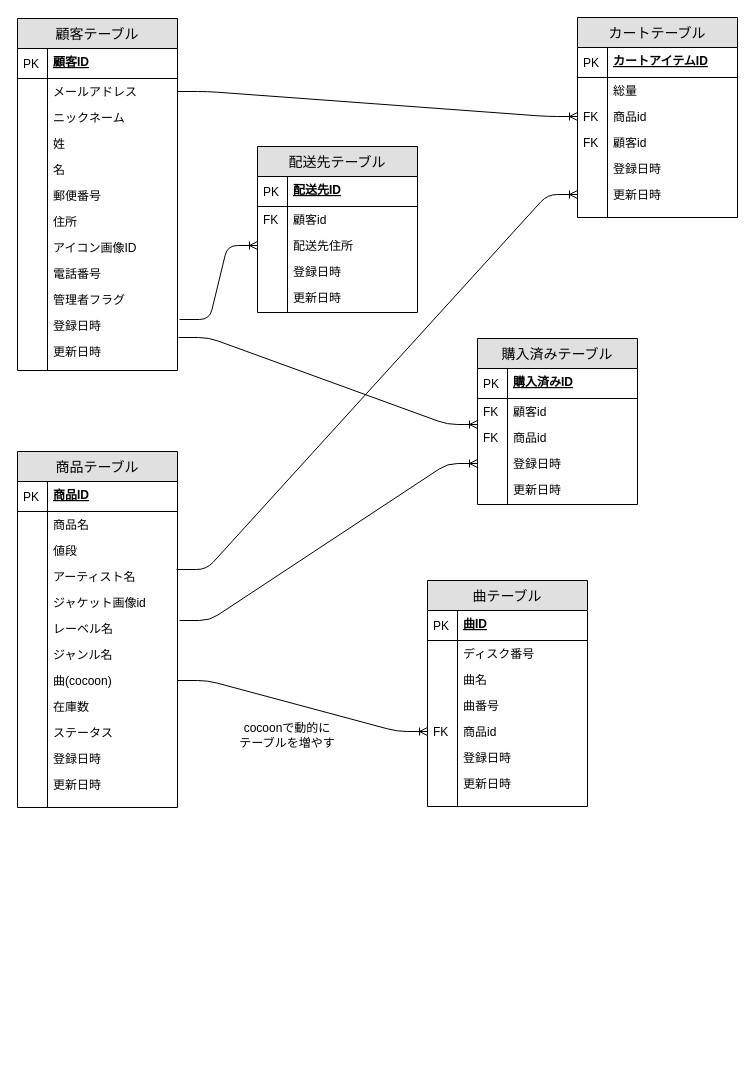
The draw.io diagram Design/ER図.drawio in saezurucrow/ec-site, before the edit. Source tidied: cells renumbered, new cells numbered last; positions are measured from the earlier drawing's top-left corner, leaving out a move shared by most shapes. Both pictures are drawn from the tidied source at 100%, with x=0, y=0 at pixel (17, 17).
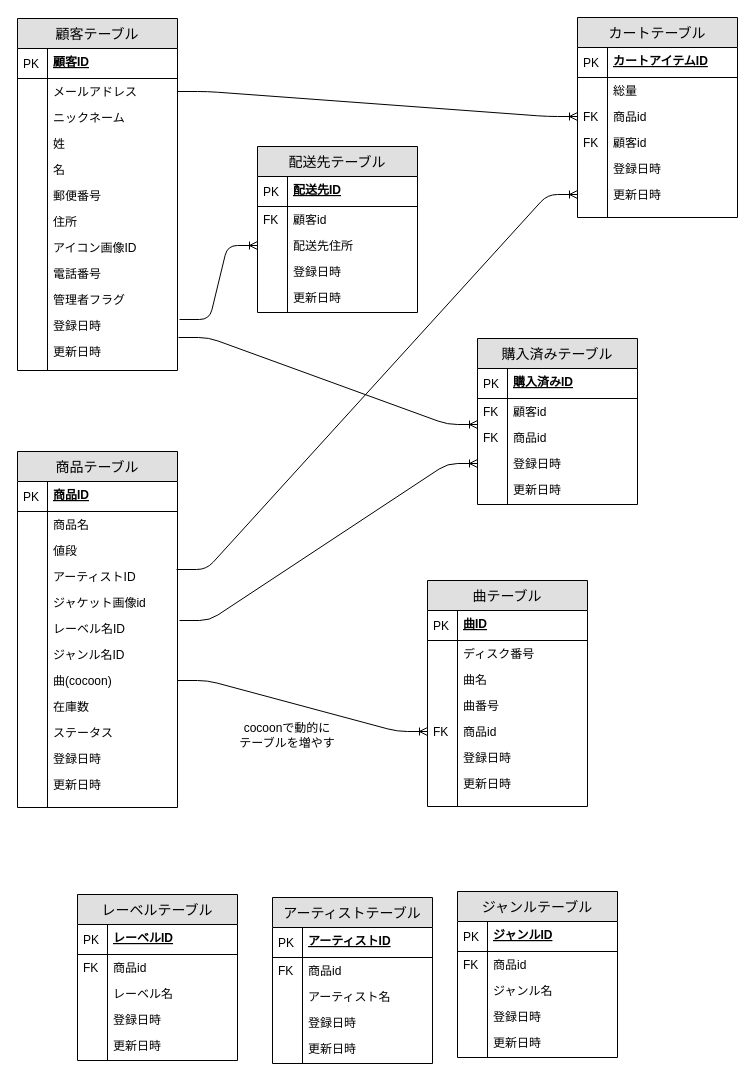
After the change.

The change refers to these unchanged cells:
```xml
<mxCell id="29" value="商品テーブル" style="swimlane;fontStyle=0;horizontal=1;startSize=30;fillColor=#e0e0e0;swimlaneFillColor=#ffffff;align=center;fontSize=14;" parent="1" vertex="1">
  <mxGeometry y="434" width="160" height="356" as="geometry" />
</mxCell>
<mxCell id="113" value="登録日時" style="shape=partialRectangle;top=0;left=0;right=0;bottom=0;align=left;verticalAlign=top;fillColor=none;spacingLeft=34;spacingRight=4;overflow=hidden;points=[[0,0.5],[1,0.5]];portConstraint=eastwest;fontSize=12;" parent="106" vertex="1">
  <mxGeometry y="112" width="160" height="26" as="geometry" />
</mxCell>
```

Diff of the diagram source:
```diff
@@
-    <mxCell id="36" value="アーティスト名" style="shape=partialRectangle;top=0;left=0;right=0;bottom=0;align=left;verticalAlign=top;fillColor=none;spacingLeft=34;spacingRight=4;overflow=hidden;points=[[0,0.5],[1,0.5]];portConstraint=eastwest;fontSize=12;" parent="29" vertex="1">
+    <mxCell id="36" value="アーティストID" style="shape=partialRectangle;top=0;left=0;right=0;bottom=0;align=left;verticalAlign=top;fillColor=none;spacingLeft=34;spacingRight=4;overflow=hidden;points=[[0,0.5],[1,0.5]];portConstraint=eastwest;fontSize=12;" parent="29" vertex="1">
       <mxGeometry y="112" width="160" height="26" as="geometry" />
     </mxCell>
@@
-    <mxCell id="40" value="レーベル名" style="shape=partialRectangle;top=0;left=0;right=0;bottom=0;align=left;verticalAlign=top;fillColor=none;spacingLeft=34;spacingRight=4;overflow=hidden;points=[[0,0.5],[1,0.5]];portConstraint=eastwest;fontSize=12;" parent="29" vertex="1">
+    <mxCell id="40" value="レーベル名ID" style="shape=partialRectangle;top=0;left=0;right=0;bottom=0;align=left;verticalAlign=top;fillColor=none;spacingLeft=34;spacingRight=4;overflow=hidden;points=[[0,0.5],[1,0.5]];portConstraint=eastwest;fontSize=12;" parent="29" vertex="1">
       <mxGeometry y="164" width="160" height="26" as="geometry" />
     </mxCell>
@@
-    <mxCell id="42" value="ジャンル名" style="shape=partialRectangle;top=0;left=0;right=0;bottom=0;align=left;verticalAlign=top;fillColor=none;spacingLeft=34;spacingRight=4;overflow=hidden;fontSize=12;" parent="29" vertex="1">
+    <mxCell id="42" value="ジャンル名ID" style="shape=partialRectangle;top=0;left=0;right=0;bottom=0;align=left;verticalAlign=top;fillColor=none;spacingLeft=34;spacingRight=4;overflow=hidden;fontSize=12;" parent="29" vertex="1">
       <mxGeometry y="190" width="160" height="26" as="geometry" />
     </mxCell>
@@
-    <mxCell id="119" style="edgeStyle=entityRelationEdgeStyle;fontSize=12;html=1;endArrow=ERoneToMany;entryX=0;entryY=0.5;entryDx=0;entryDy=0;exitX=1.013;exitY=0.192;exitDx=0;exitDy=0;exitPerimeter=0;" parent="1" edge="1" source="40" target="113">
-      <mxGeometry relative="1" as="geometry" />
+    <mxCell id="119" style="edgeStyle=entityRelationEdgeStyle;fontSize=12;html=1;endArrow=ERoneToMany;entryX=0;entryY=0.5;entryDx=0;entryDy=0;" parent="1" edge="1" target="113">
+      <mxGeometry relative="1" as="geometry">
+        <mxPoint x="162" y="603" as="sourcePoint" />
+      </mxGeometry>
     </mxCell>
@@
+    <mxCell id="121" value="アーティストテーブル" style="swimlane;fontStyle=0;horizontal=1;startSize=30;fillColor=#e0e0e0;swimlaneFillColor=#ffffff;align=center;fontSize=14;" parent="1" vertex="1">
+      <mxGeometry x="255" y="880" width="160" height="166" as="geometry" />
+    </mxCell>
+    <mxCell id="122" value="アーティストID&#10;" style="shape=partialRectangle;top=0;left=0;right=0;bottom=1;align=left;verticalAlign=top;fillColor=none;spacingLeft=34;spacingRight=4;overflow=hidden;fontStyle=5;fontSize=12;" parent="121" vertex="1">
+      <mxGeometry y="30" width="160" height="30" as="geometry" />
+    </mxCell>
+    <mxCell id="123" value="PK" style="shape=partialRectangle;top=0;left=0;bottom=0;fillColor=none;align=left;verticalAlign=middle;spacingLeft=4;spacingRight=4;overflow=hidden;fontSize=12;" parent="122" vertex="1">
+      <mxGeometry width="30" height="30" as="geometry" />
+    </mxCell>
+    <mxCell id="124" value="商品id" style="shape=partialRectangle;top=0;left=0;right=0;bottom=0;align=left;verticalAlign=top;fillColor=none;spacingLeft=34;spacingRight=4;overflow=hidden;fontSize=12;" parent="121" vertex="1">
+      <mxGeometry y="60" width="160" height="26" as="geometry" />
+    </mxCell>
+    <mxCell id="125" value="FK" style="shape=partialRectangle;top=0;left=0;bottom=0;fillColor=none;align=left;verticalAlign=top;spacingLeft=4;spacingRight=4;overflow=hidden;fontSize=12;" parent="124" vertex="1">
+      <mxGeometry width="30" height="26" as="geometry" />
+    </mxCell>
+    <mxCell id="126" value="アーティスト名" style="shape=partialRectangle;top=0;left=0;right=0;bottom=0;align=left;verticalAlign=top;fillColor=none;spacingLeft=34;spacingRight=4;overflow=hidden;fontSize=12;" parent="121" vertex="1">
+      <mxGeometry y="86" width="160" height="26" as="geometry" />
+    </mxCell>
+    <mxCell id="127" style="shape=partialRectangle;top=0;left=0;bottom=0;fillColor=none;align=left;verticalAlign=top;spacingLeft=4;spacingRight=4;overflow=hidden;fontSize=12;" parent="126" vertex="1">
+      <mxGeometry width="30" height="26" as="geometry" />
+    </mxCell>
+    <mxCell id="128" value="登録日時" style="shape=partialRectangle;top=0;left=0;right=0;bottom=0;align=left;verticalAlign=top;fillColor=none;spacingLeft=34;spacingRight=4;overflow=hidden;fontSize=12;" parent="121" vertex="1">
+      <mxGeometry y="112" width="160" height="26" as="geometry" />
+    </mxCell>
+    <mxCell id="129" style="shape=partialRectangle;top=0;left=0;bottom=0;fillColor=none;align=left;verticalAlign=top;spacingLeft=4;spacingRight=4;overflow=hidden;fontSize=12;" parent="128" vertex="1">
+      <mxGeometry width="30" height="26" as="geometry" />
+    </mxCell>
+    <mxCell id="130" value="更新日時" style="shape=partialRectangle;top=0;left=0;right=0;bottom=0;align=left;verticalAlign=top;fillColor=none;spacingLeft=34;spacingRight=4;overflow=hidden;fontSize=12;" parent="121" vertex="1">
+      <mxGeometry y="138" width="160" height="26" as="geometry" />
+    </mxCell>
+    <mxCell id="131" style="shape=partialRectangle;top=0;left=0;bottom=0;fillColor=none;align=left;verticalAlign=top;spacingLeft=4;spacingRight=4;overflow=hidden;fontSize=12;" parent="130" vertex="1">
+      <mxGeometry width="30" height="26" as="geometry" />
+    </mxCell>
+    <mxCell id="132" style="shape=partialRectangle;top=0;left=0;right=0;bottom=0;align=left;verticalAlign=top;fillColor=none;spacingLeft=34;spacingRight=4;overflow=hidden;fontSize=12;" parent="121" vertex="1">
+      <mxGeometry y="164" width="160" height="2" as="geometry" />
+    </mxCell>
+    <mxCell id="133" style="shape=partialRectangle;top=0;left=0;bottom=0;fillColor=none;align=left;verticalAlign=top;spacingLeft=4;spacingRight=4;overflow=hidden;fontSize=12;" parent="132" vertex="1">
+      <mxGeometry width="30" height="2" as="geometry" />
+    </mxCell>
+    <mxCell id="134" value="レーベルテーブル" style="swimlane;fontStyle=0;horizontal=1;startSize=30;fillColor=#e0e0e0;swimlaneFillColor=#ffffff;align=center;fontSize=14;" parent="1" vertex="1">
+      <mxGeometry x="60" y="877" width="160" height="166" as="geometry" />
+    </mxCell>
+    <mxCell id="135" value="レーベルID&#10;" style="shape=partialRectangle;top=0;left=0;right=0;bottom=1;align=left;verticalAlign=top;fillColor=none;spacingLeft=34;spacingRight=4;overflow=hidden;fontStyle=5;fontSize=12;" parent="134" vertex="1">
+      <mxGeometry y="30" width="160" height="30" as="geometry" />
+    </mxCell>
+    <mxCell id="136" value="PK" style="shape=partialRectangle;top=0;left=0;bottom=0;fillColor=none;align=left;verticalAlign=middle;spacingLeft=4;spacingRight=4;overflow=hidden;fontSize=12;" parent="135" vertex="1">
+      <mxGeometry width="30" height="30" as="geometry" />
+    </mxCell>
+    <mxCell id="137" value="商品id" style="shape=partialRectangle;top=0;left=0;right=0;bottom=0;align=left;verticalAlign=top;fillColor=none;spacingLeft=34;spacingRight=4;overflow=hidden;fontSize=12;" parent="134" vertex="1">
+      <mxGeometry y="60" width="160" height="26" as="geometry" />
+    </mxCell>
+    <mxCell id="138" value="FK" style="shape=partialRectangle;top=0;left=0;bottom=0;fillColor=none;align=left;verticalAlign=top;spacingLeft=4;spacingRight=4;overflow=hidden;fontSize=12;" parent="137" vertex="1">
+      <mxGeometry width="30" height="26" as="geometry" />
+    </mxCell>
+    <mxCell id="139" value="レーベル名" style="shape=partialRectangle;top=0;left=0;right=0;bottom=0;align=left;verticalAlign=top;fillColor=none;spacingLeft=34;spacingRight=4;overflow=hidden;fontSize=12;" parent="134" vertex="1">
+      <mxGeometry y="86" width="160" height="26" as="geometry" />
+    </mxCell>
+    <mxCell id="140" style="shape=partialRectangle;top=0;left=0;bottom=0;fillColor=none;align=left;verticalAlign=top;spacingLeft=4;spacingRight=4;overflow=hidden;fontSize=12;" parent="139" vertex="1">
+      <mxGeometry width="30" height="26" as="geometry" />
+    </mxCell>
+    <mxCell id="141" value="登録日時" style="shape=partialRectangle;top=0;left=0;right=0;bottom=0;align=left;verticalAlign=top;fillColor=none;spacingLeft=34;spacingRight=4;overflow=hidden;fontSize=12;" parent="134" vertex="1">
+      <mxGeometry y="112" width="160" height="26" as="geometry" />
+    </mxCell>
+    <mxCell id="142" style="shape=partialRectangle;top=0;left=0;bottom=0;fillColor=none;align=left;verticalAlign=top;spacingLeft=4;spacingRight=4;overflow=hidden;fontSize=12;" parent="141" vertex="1">
+      <mxGeometry width="30" height="26" as="geometry" />
+    </mxCell>
+    <mxCell id="143" value="更新日時" style="shape=partialRectangle;top=0;left=0;right=0;bottom=0;align=left;verticalAlign=top;fillColor=none;spacingLeft=34;spacingRight=4;overflow=hidden;fontSize=12;" parent="134" vertex="1">
+      <mxGeometry y="138" width="160" height="26" as="geometry" />
+    </mxCell>
+    <mxCell id="144" style="shape=partialRectangle;top=0;left=0;bottom=0;fillColor=none;align=left;verticalAlign=top;spacingLeft=4;spacingRight=4;overflow=hidden;fontSize=12;" parent="143" vertex="1">
+      <mxGeometry width="30" height="26" as="geometry" />
+    </mxCell>
+    <mxCell id="145" style="shape=partialRectangle;top=0;left=0;right=0;bottom=0;align=left;verticalAlign=top;fillColor=none;spacingLeft=34;spacingRight=4;overflow=hidden;fontSize=12;" parent="134" vertex="1">
+      <mxGeometry y="164" width="160" height="2" as="geometry" />
+    </mxCell>
+    <mxCell id="146" style="shape=partialRectangle;top=0;left=0;bottom=0;fillColor=none;align=left;verticalAlign=top;spacingLeft=4;spacingRight=4;overflow=hidden;fontSize=12;" parent="145" vertex="1">
+      <mxGeometry width="30" height="2" as="geometry" />
+    </mxCell>
+    <mxCell id="147" value="ジャンルテーブル" style="swimlane;fontStyle=0;horizontal=1;startSize=30;fillColor=#e0e0e0;swimlaneFillColor=#ffffff;align=center;fontSize=14;" parent="1" vertex="1">
+      <mxGeometry x="440" y="874" width="160" height="166" as="geometry" />
+    </mxCell>
+    <mxCell id="148" value="ジャンルID&#10;" style="shape=partialRectangle;top=0;left=0;right=0;bottom=1;align=left;verticalAlign=top;fillColor=none;spacingLeft=34;spacingRight=4;overflow=hidden;fontStyle=5;fontSize=12;" parent="147" vertex="1">
+      <mxGeometry y="30" width="160" height="30" as="geometry" />
+    </mxCell>
+    <mxCell id="149" value="PK" style="shape=partialRectangle;top=0;left=0;bottom=0;fillColor=none;align=left;verticalAlign=middle;spacingLeft=4;spacingRight=4;overflow=hidden;fontSize=12;" parent="148" vertex="1">
+      <mxGeometry width="30" height="30" as="geometry" />
+    </mxCell>
+    <mxCell id="150" value="商品id" style="shape=partialRectangle;top=0;left=0;right=0;bottom=0;align=left;verticalAlign=top;fillColor=none;spacingLeft=34;spacingRight=4;overflow=hidden;fontSize=12;" parent="147" vertex="1">
+      <mxGeometry y="60" width="160" height="26" as="geometry" />
+    </mxCell>
+    <mxCell id="151" value="FK" style="shape=partialRectangle;top=0;left=0;bottom=0;fillColor=none;align=left;verticalAlign=top;spacingLeft=4;spacingRight=4;overflow=hidden;fontSize=12;" parent="150" vertex="1">
+      <mxGeometry width="30" height="26" as="geometry" />
+    </mxCell>
+    <mxCell id="152" value="ジャンル名" style="shape=partialRectangle;top=0;left=0;right=0;bottom=0;align=left;verticalAlign=top;fillColor=none;spacingLeft=34;spacingRight=4;overflow=hidden;fontSize=12;" parent="147" vertex="1">
+      <mxGeometry y="86" width="160" height="26" as="geometry" />
+    </mxCell>
+    <mxCell id="153" style="shape=partialRectangle;top=0;left=0;bottom=0;fillColor=none;align=left;verticalAlign=top;spacingLeft=4;spacingRight=4;overflow=hidden;fontSize=12;" parent="152" vertex="1">
+      <mxGeometry width="30" height="26" as="geometry" />
+    </mxCell>
+    <mxCell id="154" value="登録日時" style="shape=partialRectangle;top=0;left=0;right=0;bottom=0;align=left;verticalAlign=top;fillColor=none;spacingLeft=34;spacingRight=4;overflow=hidden;fontSize=12;" parent="147" vertex="1">
+      <mxGeometry y="112" width="160" height="26" as="geometry" />
+    </mxCell>
+    <mxCell id="155" style="shape=partialRectangle;top=0;left=0;bottom=0;fillColor=none;align=left;verticalAlign=top;spacingLeft=4;spacingRight=4;overflow=hidden;fontSize=12;" parent="154" vertex="1">
+      <mxGeometry width="30" height="26" as="geometry" />
+    </mxCell>
+    <mxCell id="156" value="更新日時" style="shape=partialRectangle;top=0;left=0;right=0;bottom=0;align=left;verticalAlign=top;fillColor=none;spacingLeft=34;spacingRight=4;overflow=hidden;fontSize=12;" parent="147" vertex="1">
+      <mxGeometry y="138" width="160" height="26" as="geometry" />
+    </mxCell>
+    <mxCell id="157" style="shape=partialRectangle;top=0;left=0;bottom=0;fillColor=none;align=left;verticalAlign=top;spacingLeft=4;spacingRight=4;overflow=hidden;fontSize=12;" parent="156" vertex="1">
+      <mxGeometry width="30" height="26" as="geometry" />
+    </mxCell>
+    <mxCell id="158" style="shape=partialRectangle;top=0;left=0;right=0;bottom=0;align=left;verticalAlign=top;fillColor=none;spacingLeft=34;spacingRight=4;overflow=hidden;fontSize=12;" parent="147" vertex="1">
+      <mxGeometry y="164" width="160" height="2" as="geometry" />
+    </mxCell>
+    <mxCell id="159" style="shape=partialRectangle;top=0;left=0;bottom=0;fillColor=none;align=left;verticalAlign=top;spacingLeft=4;spacingRight=4;overflow=hidden;fontSize=12;" parent="158" vertex="1">
+      <mxGeometry width="30" height="2" as="geometry" />
+    </mxCell>
```
